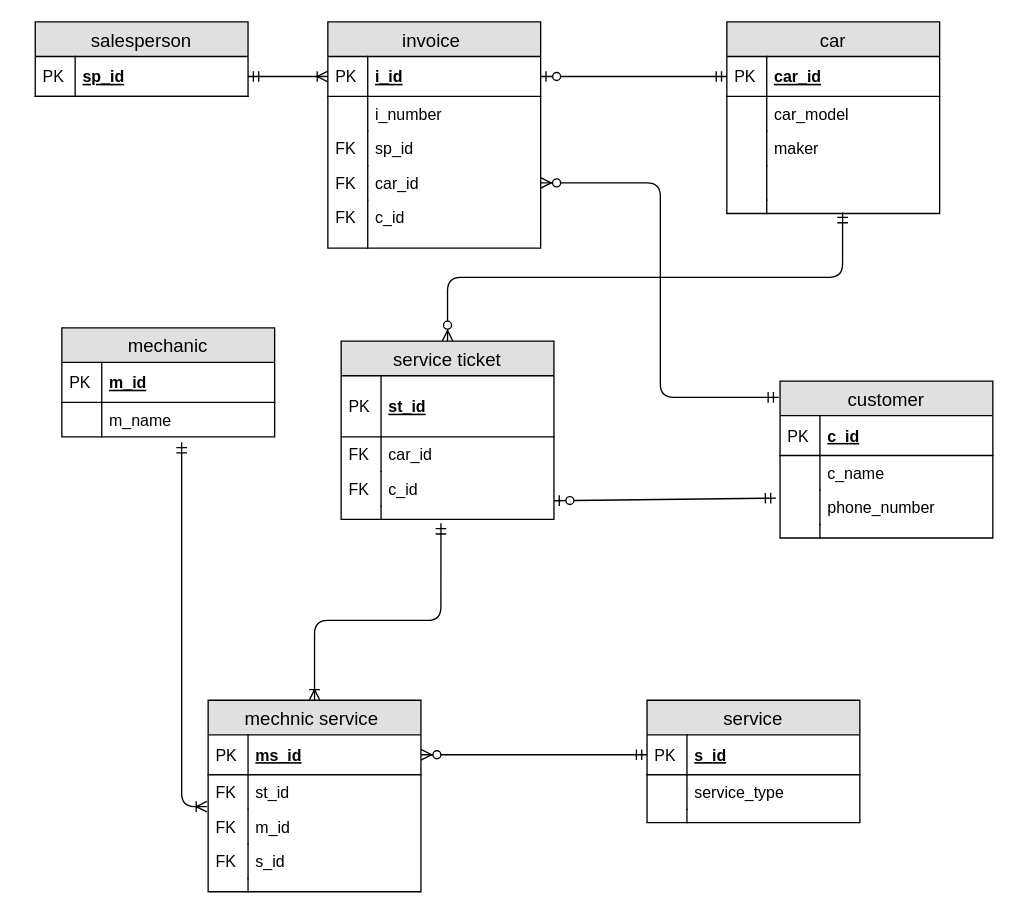
The draw.io diagram 2.drawio in ssd32033/Dteam, before the edit. Source tidied: cells renumbered, new cells numbered last; positions are measured from the earlier drawing's top-left corner, leaving out a move shared by most shapes. Both pictures are drawn from the tidied source at 133%, with x=0, y=0 at pixel (35, 21).
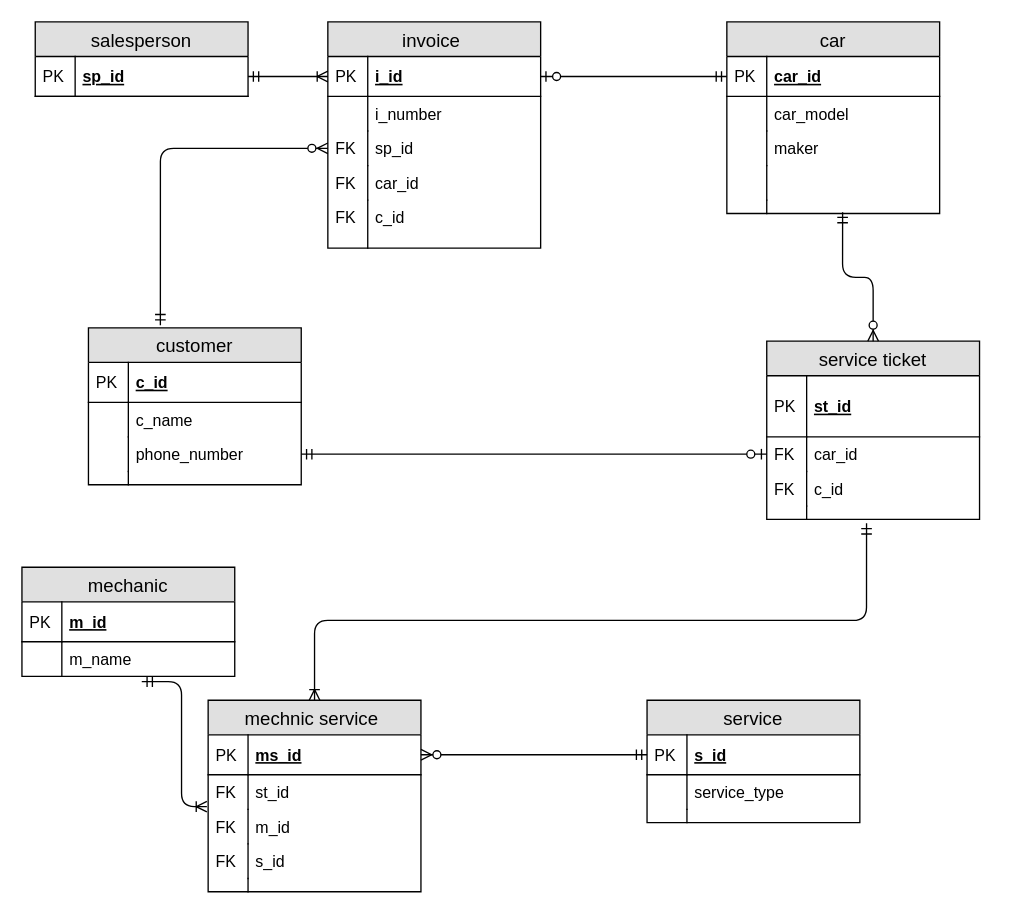
Above is the later version.

The change refers to these unchanged cells:
```xml
<mxCell id="10" value="sp_id" style="shape=partialRectangle;top=0;left=0;right=0;bottom=0;align=left;verticalAlign=top;fillColor=none;spacingLeft=34;spacingRight=4;overflow=hidden;points=[[0,0.5],[1,0.5]];portConstraint=eastwest;fontSize=12;" parent="5" vertex="1">
  <mxGeometry y="82" width="160" height="26" as="geometry" />
</mxCell>
<mxCell id="12" value="car_id" style="shape=partialRectangle;top=0;left=0;right=0;bottom=0;align=left;verticalAlign=top;fillColor=none;spacingLeft=34;spacingRight=4;overflow=hidden;points=[[0,0.5],[1,0.5]];portConstraint=eastwest;fontSize=12;" parent="5" vertex="1">
  <mxGeometry y="108" width="160" height="26" as="geometry" />
</mxCell>
<mxCell id="30" value="car_id" style="shape=partialRectangle;top=0;left=0;right=0;bottom=0;align=left;verticalAlign=top;fillColor=none;spacingLeft=34;spacingRight=4;overflow=hidden;points=[[0,0.5],[1,0.5]];portConstraint=eastwest;fontSize=12;" parent="27" vertex="1">
  <mxGeometry y="72" width="160" height="26" as="geometry" />
</mxCell>
<mxCell id="32" value="c_id" style="shape=partialRectangle;top=0;left=0;right=0;bottom=0;align=left;verticalAlign=top;fillColor=none;spacingLeft=34;spacingRight=4;overflow=hidden;points=[[0,0.5],[1,0.5]];portConstraint=eastwest;fontSize=12;" parent="27" vertex="1">
  <mxGeometry y="98" width="160" height="26" as="geometry" />
</mxCell>
<mxCell id="34" style="shape=partialRectangle;top=0;left=0;right=0;bottom=0;align=left;verticalAlign=top;fillColor=none;spacingLeft=34;spacingRight=4;overflow=hidden;points=[[0,0.5],[1,0.5]];portConstraint=eastwest;fontSize=12;" parent="27" vertex="1">
  <mxGeometry y="124" width="160" height="10" as="geometry" />
</mxCell>
<mxCell id="41" value="phone_number" style="shape=partialRectangle;top=0;left=0;right=0;bottom=0;align=left;verticalAlign=top;fillColor=none;spacingLeft=34;spacingRight=4;overflow=hidden;points=[[0,0.5],[1,0.5]];portConstraint=eastwest;fontSize=12;" parent="36" vertex="1">
  <mxGeometry y="82" width="160" height="26" as="geometry" />
</mxCell>
<mxCell id="57" value="mechnic service " style="swimlane;fontStyle=0;horizontal=1;startSize=26;fillColor=#e0e0e0;swimlaneFillColor=#ffffff;align=center;fontSize=14;" parent="1" vertex="1">
  <mxGeometry x="130" y="510" width="160" height="144" as="geometry" />
</mxCell>
```

The edit, as a diff of the source:
```diff
@@
     <mxCell id="27" value="service ticket" style="swimlane;fontStyle=0;horizontal=1;startSize=26;fillColor=#e0e0e0;swimlaneFillColor=#ffffff;align=center;fontSize=14;" parent="1" vertex="1">
-      <mxGeometry x="230" y="240" width="160" height="134" as="geometry" />
+      <mxGeometry x="550" y="240" width="160" height="134" as="geometry" />
     </mxCell>
@@
     <mxCell id="36" value="customer" style="swimlane;fontStyle=0;horizontal=1;startSize=26;fillColor=#e0e0e0;swimlaneFillColor=#ffffff;align=center;fontSize=14;" parent="1" vertex="1">
-      <mxGeometry x="560" y="270" width="160" height="118" as="geometry" />
+      <mxGeometry x="40" y="230" width="160" height="118" as="geometry" />
     </mxCell>
@@
     <mxCell id="52" value="mechanic" style="swimlane;fontStyle=0;horizontal=1;startSize=26;fillColor=#e0e0e0;swimlaneFillColor=#ffffff;align=center;fontSize=14;" parent="1" vertex="1">
-      <mxGeometry x="20" y="230" width="160" height="82" as="geometry" />
+      <mxGeometry x="-10" y="410" width="160" height="82" as="geometry" />
     </mxCell>
@@
-    <mxCell id="71" style="edgeStyle=elbowEdgeStyle;fontSize=12;html=1;endArrow=ERzeroToMany;startArrow=ERmandOne;entryX=1;entryY=0.5;entryDx=0;entryDy=0;exitX=-0.006;exitY=0.104;exitDx=0;exitDy=0;exitPerimeter=0;" parent="1" edge="1" source="36" target="12">
+    <mxCell id="71" style="edgeStyle=orthogonalEdgeStyle;fontSize=12;html=1;endArrow=ERzeroToMany;startArrow=ERmandOne;exitX=0.338;exitY=-0.017;exitDx=0;exitDy=0;exitPerimeter=0;entryX=0;entryY=0.5;entryDx=0;entryDy=0;" parent="1" edge="1" source="36" target="10">
       <mxGeometry relative="1" as="geometry" />
     </mxCell>
@@
     <mxCell id="73" style="fontSize=12;html=1;endArrow=ERoneToMany;startArrow=ERmandOne;entryX=0.5;entryY=0;entryDx=0;entryDy=0;exitX=0.469;exitY=1.3;exitDx=0;exitDy=0;exitPerimeter=0;edgeStyle=orthogonalEdgeStyle;" parent="1" edge="1" source="34" target="57">
       <mxGeometry relative="1" as="geometry">
         <Array as="points">
-          <mxPoint x="305" y="450" />
+          <mxPoint x="625" y="450" />
           <mxPoint x="210" y="450" />
         </Array>
       </mxGeometry>
     </mxCell>
@@
-    <mxCell id="75" style="fontSize=12;html=1;endArrow=ERzeroToOne;startArrow=ERmandOne;entryX=1;entryY=0.846;entryDx=0;entryDy=0;entryPerimeter=0;exitX=-0.019;exitY=0.231;exitDx=0;exitDy=0;exitPerimeter=0;" parent="1" edge="1" source="41" target="32">
-      <mxGeometry relative="1" as="geometry" />
+    <mxCell id="75" style="fontSize=12;html=1;endArrow=ERzeroToOne;startArrow=ERmandOne;exitX=1;exitY=0.5;exitDx=0;exitDy=0;entryX=0;entryY=0.5;entryDx=0;entryDy=0;" parent="1" edge="1" source="41" target="30">
+      <mxGeometry relative="1" as="geometry">
+        <Array as="points">
+          <mxPoint x="520" y="325" />
+        </Array>
+      </mxGeometry>
     </mxCell>
```
